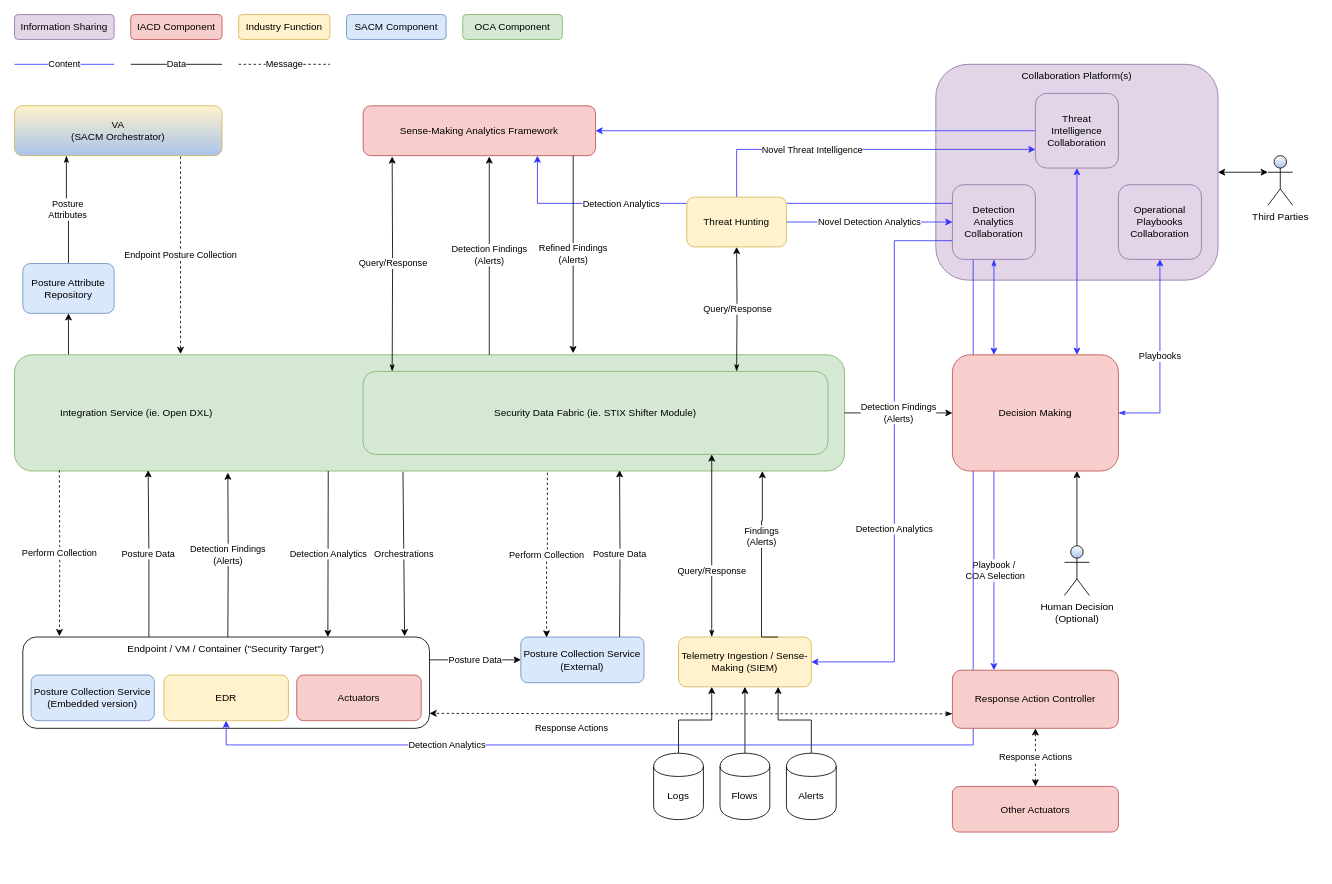
This is SACM_OCA_IACD.drawio from opencybersecurityalliance/documentation, a draw.io file, before an edit. Source tidied: cells renumbered, new cells numbered last; positions are measured from the earlier drawing's top-left corner, leaving out a move shared by most shapes. Both pictures are drawn from the tidied source at 83%, with x=0, y=0 at pixel (14, 14).
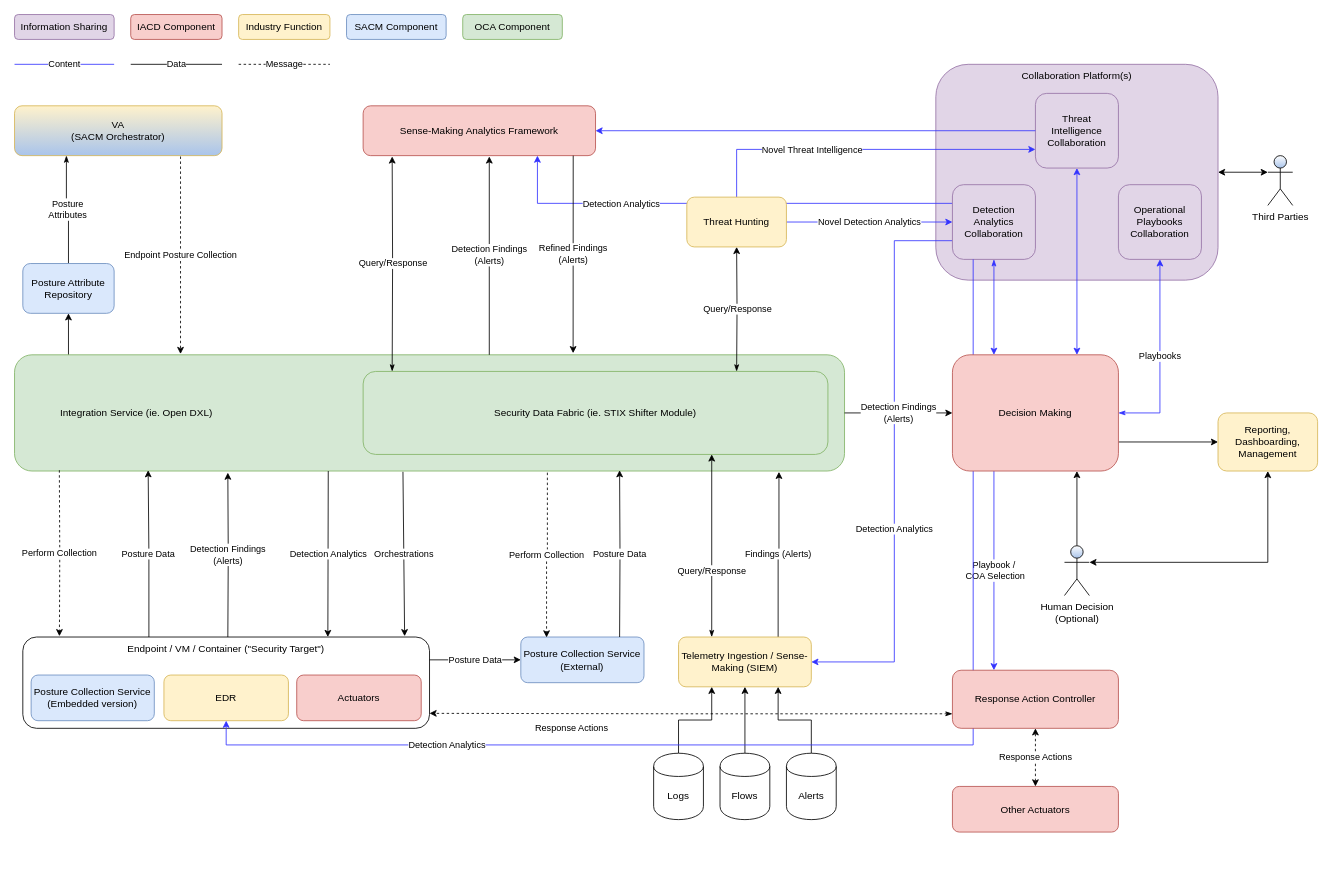
Above is the later version.

The change refers to these unchanged cells:
```xml
<mxCell id="7" value="&amp;nbsp; &amp;nbsp; &amp;nbsp; &amp;nbsp; &amp;nbsp; &amp;nbsp; &amp;nbsp; &amp;nbsp; Integration Service (ie. Open DXL)" style="rounded=1;whiteSpace=wrap;html=1;align=left;fillColor=#d5e8d4;strokeColor=#82b366;" parent="1" vertex="1">
  <mxGeometry y="410" width="1000" height="140" as="geometry" />
</mxCell>
<mxCell id="44" value="Telemetry Ingestion / Sense-Making (SIEM)" style="rounded=1;whiteSpace=wrap;html=1;fillColor=#fff2cc;strokeColor=#d6b656;" parent="1" vertex="1">
  <mxGeometry x="800" y="750" width="160" height="60" as="geometry" />
</mxCell>
<mxCell id="60" value="Human Decision&lt;br&gt;(Optional)" style="shape=umlActor;verticalLabelPosition=bottom;labelBackgroundColor=#ffffff;verticalAlign=top;html=1;outlineConnect=0;gradientColor=#A9C4EB;align=center;" parent="1" vertex="1">
  <mxGeometry x="1265" y="640" width="30" height="60" as="geometry" />
</mxCell>
<mxCell id="64" value="Decision Making" style="rounded=1;whiteSpace=wrap;html=1;fillColor=#f8cecc;strokeColor=#b85450;" parent="1" vertex="1">
  <mxGeometry x="1130" y="410" width="200" height="140" as="geometry" />
</mxCell>
```

What changed in the source:
```diff
@@
+    <mxCell id="53" value="Findings (Alerts)" style="edgeStyle=orthogonalEdgeStyle;rounded=0;jettySize=auto;html=1;exitX=0.75;exitY=0;exitDx=0;exitDy=0;entryX=0.921;entryY=1.007;entryDx=0;entryDy=0;entryPerimeter=0;strokeColor=#000000;" parent="1" edge="1" source="44" target="7">
+      <mxGeometry relative="1" as="geometry" />
+    </mxCell>
@@
-    <mxCell id="53" value="Findings&lt;br&gt;(Alerts)" style="edgeStyle=orthogonalEdgeStyle;rounded=0;jettySize=auto;html=1;startArrow=none;startFill=0;exitX=0.75;exitY=0;exitDx=0;exitDy=0;" parent="1" edge="1" source="44">
-      <mxGeometry x="0.28" relative="1" as="geometry">
-        <mxPoint x="901" y="550" as="targetPoint" />
-        <Array as="points">
-          <mxPoint x="900" y="610" />
-          <mxPoint x="901" y="610" />
-        </Array>
-      </mxGeometry>
-    </mxCell>
@@
+    <mxCell id="71" style="edgeStyle=orthogonalEdgeStyle;rounded=0;jettySize=auto;html=1;exitX=1;exitY=0.3333333333333333;exitDx=0;exitDy=0;exitPerimeter=0;entryX=0.5;entryY=1;entryDx=0;entryDy=0;strokeColor=#000000;startArrow=classic;startFill=1;" parent="1" edge="1" source="60" target="73">
+      <mxGeometry relative="1" as="geometry" />
+    </mxCell>
@@
+    <mxCell id="72" style="edgeStyle=orthogonalEdgeStyle;rounded=0;jettySize=auto;html=1;exitX=1;exitY=0.75;exitDx=0;exitDy=0;entryX=0;entryY=0.5;entryDx=0;entryDy=0;strokeColor=#000000;" parent="1" edge="1" source="64" target="73">
+      <mxGeometry relative="1" as="geometry" />
+    </mxCell>
@@
+    <mxCell id="73" value="Reporting, Dashboarding, Management" style="rounded=1;whiteSpace=wrap;html=1;fillColor=#fff2cc;strokeColor=#d6b656;" parent="1" vertex="1">
+      <mxGeometry x="1450" y="480" width="120" height="70" as="geometry" />
+    </mxCell>
```
